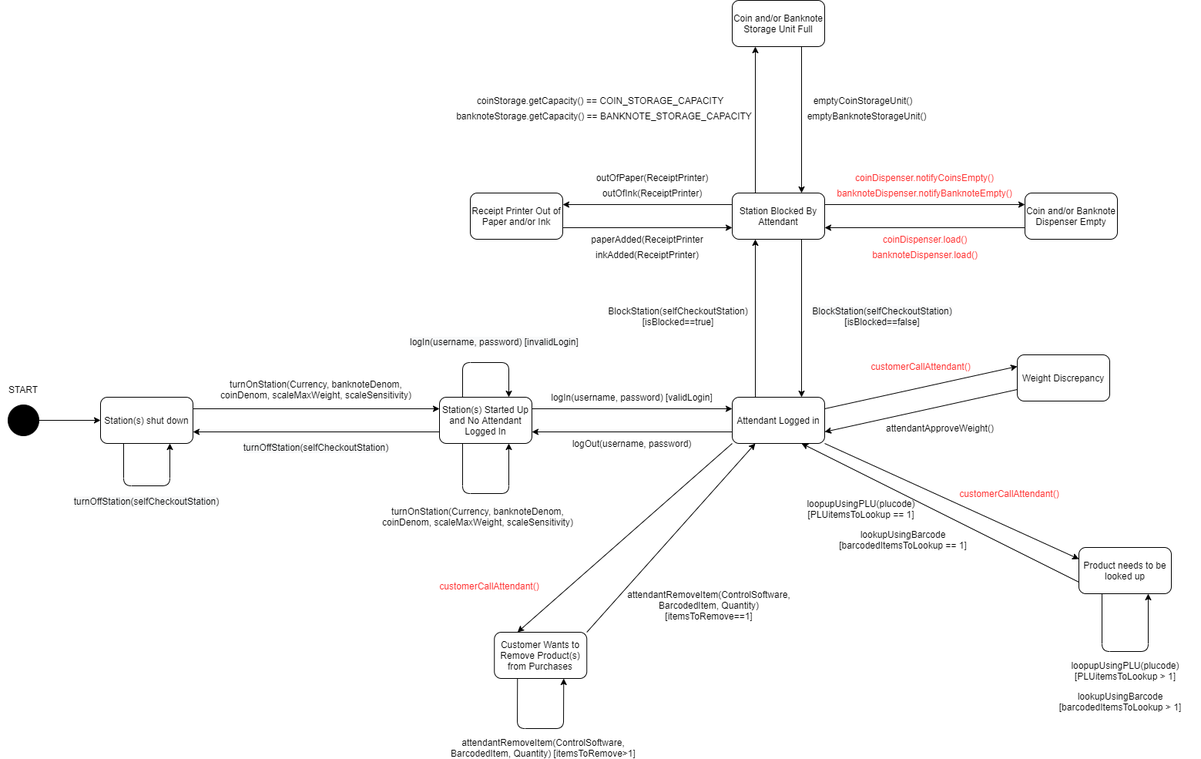
Earlier version of the draw.io export Diagrams/SENG 300 - Iteration 3 - Diagrams-Maintenance State.png (naveedaria/Self-Checkout-System). Source tidied: cells renumbered, new cells last; positions are measured from the earlier drawing's top-left corner, leaving out a move shared by most shapes.
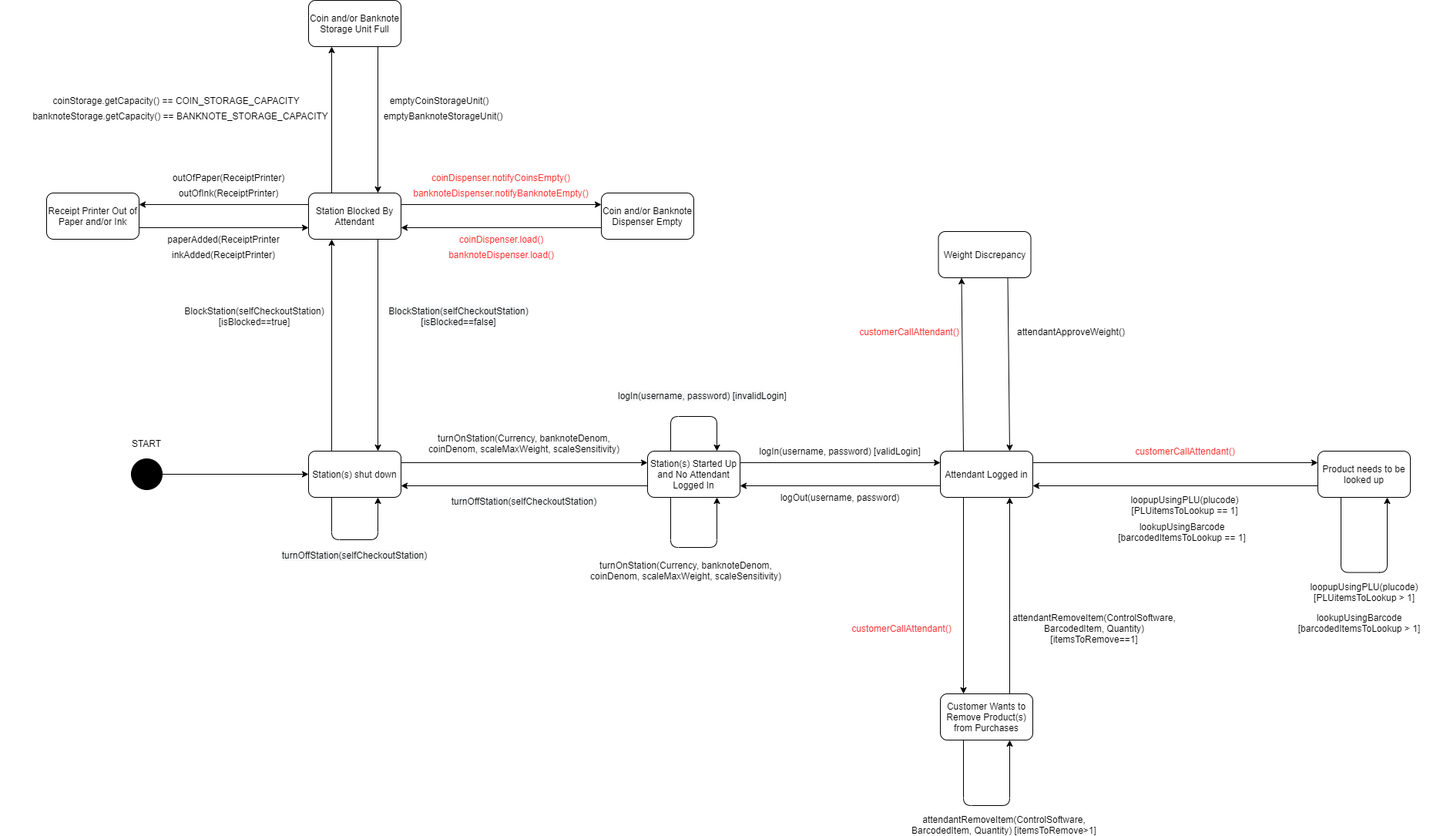
The same file after the commit.

Commit message:
quick modification to state maintenance diagram - still needs fix and review

Change to the diagram source:
```diff
@@ -3,10 +3,10 @@
     <mxCell id="0" />
     <mxCell id="1" parent="0" />
     <mxCell id="2" style="ellipse;whiteSpace=wrap;html=1;fillColor=#000000;" parent="1" vertex="1">
-      <mxGeometry x="10" y="525" width="40" height="40" as="geometry" />
+      <mxGeometry x="-100" y="525" width="40" height="40" as="geometry" />
     </mxCell>
     <mxCell id="3" value="START" style="text;html=1;strokeColor=none;fillColor=none;align=center;verticalAlign=middle;whiteSpace=wrap;rounded=0;" parent="1" vertex="1">
-      <mxGeometry y="495" width="60" height="20" as="geometry" />
+      <mxGeometry x="-110" y="495" width="60" height="20" as="geometry" />
     </mxCell>
     <mxCell id="4" style="endArrow=classic;html=1;exitX=1;exitY=0.5;exitDx=0;exitDy=0;entryX=0;entryY=0.5;entryDx=0;entryDy=0;" parent="1" edge="1" source="2" target="42">
       <mxGeometry relative="1" as="geometry" />
@@ -26,23 +26,23 @@
     <mxCell id="9" style="endArrow=classic;html=1;exitX=0;exitY=0.75;exitDx=0;exitDy=0;entryX=1;entryY=0.75;entryDx=0;entryDy=0;" parent="1" edge="1" source="5" target="25">
       <mxGeometry relative="1" as="geometry" />
     </mxCell>
-    <mxCell id="10" style="endArrow=classic;html=1;entryX=0.25;entryY=1;entryDx=0;entryDy=0;exitX=0.25;exitY=0;exitDx=0;exitDy=0;" parent="1" edge="1" source="5" target="11">
+    <mxCell id="10" style="endArrow=classic;html=1;entryX=0.25;entryY=1;entryDx=0;entryDy=0;exitX=0.25;exitY=0;exitDx=0;exitDy=0;" parent="1" edge="1" source="42" target="11">
       <mxGeometry relative="1" as="geometry" />
     </mxCell>
     <mxCell id="11" value="Station Blocked By Attendant" style="rounded=1;whiteSpace=wrap;html=1;fillColor=#FFFFFF;" parent="1" vertex="1">
-      <mxGeometry x="950" y="250" width="120" height="60" as="geometry" />
+      <mxGeometry x="130" y="180" width="120" height="60" as="geometry" />
     </mxCell>
     <mxCell id="12" value="BlockStation(selfCheckoutStation) [isBlocked==true]" style="text;html=1;strokeColor=none;fillColor=none;align=center;verticalAlign=middle;whiteSpace=wrap;rounded=0;" parent="1" vertex="1">
-      <mxGeometry x="770" y="400" width="220" height="20" as="geometry" />
+      <mxGeometry x="-50" y="330" width="220" height="20" as="geometry" />
     </mxCell>
     <mxCell id="13" value="Receipt Printer Out of Paper and/or Ink" style="rounded=1;whiteSpace=wrap;html=1;fillColor=#FFFFFF;" parent="1" vertex="1">
-      <mxGeometry x="610" y="250" width="120" height="60" as="geometry" />
+      <mxGeometry x="-210" y="180" width="120" height="60" as="geometry" />
     </mxCell>
     <mxCell id="14" value="Coin and/or Banknote Storage Unit Full" style="rounded=1;whiteSpace=wrap;html=1;fillColor=#FFFFFF;" parent="1" vertex="1">
-      <mxGeometry x="950" width="120" height="60" as="geometry" />
+      <mxGeometry x="130" y="-70" width="120" height="60" as="geometry" />
     </mxCell>
     <mxCell id="15" value="Coin and/or Banknote Dispenser Empty" style="rounded=1;whiteSpace=wrap;html=1;fillColor=#FFFFFF;" parent="1" vertex="1">
-      <mxGeometry x="1330" y="250" width="120" height="60" as="geometry" />
+      <mxGeometry x="510" y="180" width="120" height="60" as="geometry" />
     </mxCell>
     <mxCell id="16" style="endArrow=classic;html=1;exitX=0;exitY=0.25;exitDx=0;exitDy=0;entryX=1;entryY=0.25;entryDx=0;entryDy=0;" parent="1" edge="1" source="11" target="13">
       <mxGeometry relative="1" as="geometry" />
@@ -51,25 +51,25 @@
       <mxGeometry relative="1" as="geometry" />
     </mxCell>
     <mxCell id="18" value="outOfInk(ReceiptPrinter)" style="text;html=1;strokeColor=none;fillColor=none;align=center;verticalAlign=middle;whiteSpace=wrap;rounded=0;" parent="1" vertex="1">
-      <mxGeometry x="773.8" y="240" width="145" height="20" as="geometry" />
+      <mxGeometry x="-46.2" y="170" width="145" height="20" as="geometry" />
     </mxCell>
     <mxCell id="19" value="outOfPaper(ReceiptPrinter)" style="text;html=1;strokeColor=none;fillColor=none;align=center;verticalAlign=middle;whiteSpace=wrap;rounded=0;" parent="1" vertex="1">
-      <mxGeometry x="765" y="220" width="162.5" height="20" as="geometry" />
+      <mxGeometry x="-55" y="150" width="162.5" height="20" as="geometry" />
     </mxCell>
     <mxCell id="20" value="&lt;span style=&quot;color: rgb(0 , 0 , 0) ; font-family: &amp;#34;helvetica&amp;#34; ; font-size: 12px ; font-style: normal ; font-weight: 400 ; letter-spacing: normal ; text-align: center ; text-indent: 0px ; text-transform: none ; word-spacing: 0px ; background-color: rgb(248 , 249 , 250) ; display: inline ; float: none&quot;&gt;logIn(username, password) [invalidLogin]&lt;/span&gt;" style="text;whiteSpace=wrap;html=1;" parent="1" vertex="1">
       <mxGeometry x="530" y="430" width="230" height="30" as="geometry" />
     </mxCell>
     <mxCell id="21" value="paperAdded(ReceiptPrinter" style="text;html=1;strokeColor=none;fillColor=none;align=center;verticalAlign=middle;whiteSpace=wrap;rounded=0;" parent="1" vertex="1">
-      <mxGeometry x="760" y="300" width="160" height="20" as="geometry" />
+      <mxGeometry x="-60" y="230" width="160" height="20" as="geometry" />
     </mxCell>
     <mxCell id="22" value="inkAdded(ReceiptPrinter)" style="text;html=1;strokeColor=none;fillColor=none;align=center;verticalAlign=middle;whiteSpace=wrap;rounded=0;" parent="1" vertex="1">
-      <mxGeometry x="765" y="320" width="150" height="20" as="geometry" />
+      <mxGeometry x="-55" y="250" width="150" height="20" as="geometry" />
     </mxCell>
-    <mxCell id="23" style="endArrow=classic;html=1;exitX=0.75;exitY=1;exitDx=0;exitDy=0;entryX=0.75;entryY=0;entryDx=0;entryDy=0;" parent="1" edge="1" source="11" target="5">
+    <mxCell id="23" style="endArrow=classic;html=1;exitX=0.75;exitY=1;exitDx=0;exitDy=0;entryX=0.75;entryY=0;entryDx=0;entryDy=0;" parent="1" edge="1" source="11" target="42">
       <mxGeometry relative="1" as="geometry" />
     </mxCell>
     <mxCell id="24" value="&lt;span style=&quot;color: rgb(0, 0, 0); font-family: helvetica; font-size: 12px; font-style: normal; font-weight: 400; letter-spacing: normal; text-indent: 0px; text-transform: none; word-spacing: 0px; background-color: rgb(248, 249, 250); display: inline; float: none;&quot;&gt;BlockStation(selfCheckoutStation) [isBlocked==false]&lt;/span&gt;" style="text;whiteSpace=wrap;html=1;align=center;" parent="1" vertex="1">
-      <mxGeometry x="1040" y="390" width="210" height="30" as="geometry" />
+      <mxGeometry x="220" y="320" width="210" height="30" as="geometry" />
     </mxCell>
     <mxCell id="25" value="Station(s) Started Up&lt;br&gt;and No Attendant Logged In" style="rounded=1;whiteSpace=wrap;html=1;fillColor=#FFFFFF;align=center;" parent="1" vertex="1">
       <mxGeometry x="570" y="515" width="120" height="60" as="geometry" />
@@ -93,19 +93,19 @@
       <mxGeometry relative="1" as="geometry" />
     </mxCell>
     <mxCell id="32" value="coinStorage.getCapacity() == COIN_STORAGE_CAPACITY" style="text;html=1;strokeColor=none;fillColor=none;align=center;verticalAlign=middle;whiteSpace=wrap;rounded=0;" parent="1" vertex="1">
-      <mxGeometry x="600" y="120" width="357.5" height="20" as="geometry" />
+      <mxGeometry x="-220" y="50" width="357.5" height="20" as="geometry" />
     </mxCell>
     <mxCell id="33" value="banknoteStorage.getCapacity() == BANKNOTE_STORAGE_CAPACITY" style="text;html=1;strokeColor=none;fillColor=none;align=center;verticalAlign=middle;whiteSpace=wrap;rounded=0;" parent="1" vertex="1">
-      <mxGeometry x="550" y="140" width="467.5" height="20" as="geometry" />
+      <mxGeometry x="-270" y="70" width="467.5" height="20" as="geometry" />
     </mxCell>
     <mxCell id="34" value="emptyCoinStorageUnit()" style="text;html=1;strokeColor=none;fillColor=none;align=center;verticalAlign=middle;whiteSpace=wrap;rounded=0;" parent="1" vertex="1">
-      <mxGeometry x="1050" y="120" width="140" height="20" as="geometry" />
+      <mxGeometry x="230" y="50" width="140" height="20" as="geometry" />
     </mxCell>
     <mxCell id="35" value="emptyBanknoteStorageUnit()" style="text;html=1;strokeColor=none;fillColor=none;align=center;verticalAlign=middle;whiteSpace=wrap;rounded=0;" parent="1" vertex="1">
-      <mxGeometry x="1030" y="140" width="190" height="20" as="geometry" />
+      <mxGeometry x="210" y="70" width="190" height="20" as="geometry" />
     </mxCell>
     <mxCell id="36" value="banknoteDispenser.notifyBanknoteEmpty()" style="text;html=1;strokeColor=none;fillColor=none;align=center;verticalAlign=middle;whiteSpace=wrap;rounded=0;fontColor=#FF3333;" parent="1" vertex="1">
-      <mxGeometry x="1070" y="240" width="260" height="20" as="geometry" />
+      <mxGeometry x="250" y="170" width="260" height="20" as="geometry" />
     </mxCell>
     <mxCell id="37" style="endArrow=classic;html=1;entryX=0;entryY=0.25;entryDx=0;entryDy=0;exitX=1;exitY=0.25;exitDx=0;exitDy=0;" parent="1" edge="1" source="11" target="15">
       <mxGeometry relative="1" as="geometry" />
@@ -114,13 +114,13 @@
       <mxGeometry relative="1" as="geometry" />
     </mxCell>
     <mxCell id="39" value="coinDispenser.notifyCoinsEmpty()" style="text;html=1;strokeColor=none;fillColor=none;align=center;verticalAlign=middle;whiteSpace=wrap;rounded=0;fontColor=#FF3333;" parent="1" vertex="1">
-      <mxGeometry x="1110" y="220" width="180" height="20" as="geometry" />
+      <mxGeometry x="290" y="150" width="180" height="20" as="geometry" />
     </mxCell>
     <mxCell id="40" value="coinDispenser.load()" style="text;html=1;align=center;verticalAlign=middle;strokeColor=none;fontColor=#FF3333;" parent="1" vertex="1">
-      <mxGeometry x="1140" y="300" width="120" height="20" as="geometry" />
+      <mxGeometry x="320" y="230" width="120" height="20" as="geometry" />
     </mxCell>
     <mxCell id="41" value="banknoteDispenser.load()" style="text;html=1;align=center;verticalAlign=middle;strokeColor=none;fontColor=#FF3333;" parent="1" vertex="1">
-      <mxGeometry x="1125" y="320" width="150" height="20" as="geometry" />
+      <mxGeometry x="305" y="250" width="150" height="20" as="geometry" />
     </mxCell>
     <mxCell id="42" value="&lt;font color=&quot;#000000&quot;&gt;Station(s) shut down&lt;/font&gt;" style="rounded=1;whiteSpace=wrap;html=1;fontColor=#FF3333;fillColor=#FFFFFF;align=center;" parent="1" vertex="1">
       <mxGeometry x="130" y="515" width="120" height="60" as="geometry" />
@@ -156,77 +156,77 @@
       </mxGeometry>
     </mxCell>
     <mxCell id="48" value="&lt;font color=&quot;#000000&quot;&gt;Weight Discrepancy&lt;/font&gt;" style="rounded=1;whiteSpace=wrap;html=1;fontColor=#FF3333;fillColor=#FFFFFF;align=center;" parent="1" vertex="1">
-      <mxGeometry x="1320" y="460" width="120" height="60" as="geometry" />
+      <mxGeometry x="947.5" y="230" width="120" height="60" as="geometry" />
     </mxCell>
-    <mxCell id="49" style="endArrow=classic;html=1;fontColor=#FF3333;exitX=1;exitY=0.25;exitDx=0;exitDy=0;entryX=0;entryY=0.25;entryDx=0;entryDy=0;" parent="1" edge="1" source="5" target="48">
+    <mxCell id="49" style="endArrow=classic;html=1;fontColor=#FF3333;exitX=0.25;exitY=0;exitDx=0;exitDy=0;entryX=0.25;entryY=1;entryDx=0;entryDy=0;" parent="1" edge="1" source="5" target="48">
       <mxGeometry relative="1" as="geometry" />
     </mxCell>
     <mxCell id="50" value="customerCallAttendant()" style="text;html=1;strokeColor=none;fillColor=none;align=center;verticalAlign=middle;whiteSpace=wrap;rounded=0;fontColor=#FF3333;" parent="1" vertex="1">
-      <mxGeometry x="1125" y="465" width="140" height="20" as="geometry" />
+      <mxGeometry x="840" y="350" width="140" height="20" as="geometry" />
     </mxCell>
-    <mxCell id="51" style="endArrow=classic;html=1;fontColor=#000000;exitX=0;exitY=0.75;exitDx=0;exitDy=0;entryX=1;entryY=0.75;entryDx=0;entryDy=0;" parent="1" edge="1" source="48" target="5">
+    <mxCell id="51" style="endArrow=classic;html=1;fontColor=#000000;exitX=0.75;exitY=1;exitDx=0;exitDy=0;entryX=0.75;entryY=0;entryDx=0;entryDy=0;" parent="1" edge="1" source="48" target="5">
       <mxGeometry relative="1" as="geometry" />
     </mxCell>
     <mxCell id="52" value="attendantApproveWeight()" style="text;html=1;strokeColor=none;fillColor=none;align=center;verticalAlign=middle;whiteSpace=wrap;rounded=0;" parent="1" vertex="1">
-      <mxGeometry x="1140" y="545" width="160" height="20" as="geometry" />
+      <mxGeometry x="1040" y="350" width="160" height="20" as="geometry" />
     </mxCell>
     <mxCell id="53" value="Customer Wants to Remove Product(s) from Purchases" style="rounded=1;whiteSpace=wrap;html=1;fontColor=#000000;fillColor=#FFFFFF;align=center;" parent="1" vertex="1">
-      <mxGeometry x="641.2" y="820" width="120" height="60" as="geometry" />
+      <mxGeometry x="950" y="830" width="120" height="60" as="geometry" />
     </mxCell>
-    <mxCell id="54" style="endArrow=classic;html=1;fontColor=#000000;exitX=0;exitY=1;exitDx=0;exitDy=0;entryX=0.25;entryY=0;entryDx=0;entryDy=0;" parent="1" edge="1" source="5" target="53">
+    <mxCell id="54" style="endArrow=classic;html=1;fontColor=#000000;exitX=0.25;exitY=1;exitDx=0;exitDy=0;entryX=0.25;entryY=0;entryDx=0;entryDy=0;" parent="1" edge="1" source="5" target="53">
       <mxGeometry relative="1" as="geometry" />
     </mxCell>
-    <mxCell id="55" style="endArrow=classic;html=1;fontColor=#000000;exitX=1;exitY=0;exitDx=0;exitDy=0;entryX=0.25;entryY=1;entryDx=0;entryDy=0;" parent="1" edge="1" source="53" target="5">
+    <mxCell id="55" style="endArrow=classic;html=1;fontColor=#000000;exitX=0.75;exitY=0;exitDx=0;exitDy=0;entryX=0.75;entryY=1;entryDx=0;entryDy=0;" parent="1" edge="1" source="53" target="5">
       <mxGeometry relative="1" as="geometry" />
     </mxCell>
     <mxCell id="56" value="customerCallAttendant()" style="text;html=1;strokeColor=none;fillColor=none;align=center;verticalAlign=middle;whiteSpace=wrap;rounded=0;fontColor=#FF3333;" parent="1" vertex="1">
-      <mxGeometry x="565" y="750" width="140" height="20" as="geometry" />
+      <mxGeometry x="830" y="735" width="140" height="20" as="geometry" />
     </mxCell>
     <mxCell id="57" value="attendantRemoveItem(ControlSoftware, BarcodedItem, Quantity) [itemsToRemove==1]" style="text;html=1;strokeColor=none;fillColor=none;align=center;verticalAlign=middle;whiteSpace=wrap;rounded=0;fontColor=#000000;" parent="1" vertex="1">
-      <mxGeometry x="800" y="760" width="240" height="50" as="geometry" />
+      <mxGeometry x="1030" y="720" width="240" height="50" as="geometry" />
     </mxCell>
     <mxCell id="58" value="attendantRemoveItem(ControlSoftware, BarcodedItem, Quantity) [itemsToRemove&amp;gt;1]" style="text;html=1;strokeColor=none;fillColor=none;align=center;verticalAlign=middle;whiteSpace=wrap;rounded=0;fontColor=#000000;" parent="1" vertex="1">
-      <mxGeometry x="560" y="960" width="290" height="20" as="geometry" />
+      <mxGeometry x="887.5" y="990" width="290" height="20" as="geometry" />
     </mxCell>
     <mxCell id="59" style="endArrow=classic;html=1;entryX=0.75;entryY=1;entryDx=0;entryDy=0;exitX=0.25;exitY=1;exitDx=0;exitDy=0;" parent="1" edge="1" source="53" target="53">
       <mxGeometry relative="1" as="geometry">
         <Array as="points">
-          <mxPoint x="671" y="945" />
-          <mxPoint x="731" y="945" />
+          <mxPoint x="980" y="975" />
+          <mxPoint x="1040" y="975" />
         </Array>
       </mxGeometry>
     </mxCell>
-    <mxCell id="60" style="endArrow=classic;html=1;fontColor=#000000;exitX=1;exitY=1;exitDx=0;exitDy=0;entryX=0;entryY=0.25;entryDx=0;entryDy=0;" parent="1" edge="1" source="5" target="62">
+    <mxCell id="60" style="endArrow=classic;html=1;fontColor=#000000;exitX=1;exitY=0.25;exitDx=0;exitDy=0;entryX=0;entryY=0.25;entryDx=0;entryDy=0;" parent="1" edge="1" source="5" target="62">
       <mxGeometry relative="1" as="geometry" />
     </mxCell>
-    <mxCell id="61" style="endArrow=classic;html=1;fontColor=#000000;entryX=0.75;entryY=1;entryDx=0;entryDy=0;exitX=0;exitY=0.75;exitDx=0;exitDy=0;" parent="1" edge="1" source="62" target="5">
+    <mxCell id="61" style="endArrow=classic;html=1;fontColor=#000000;entryX=1;entryY=0.75;entryDx=0;entryDy=0;exitX=0;exitY=0.75;exitDx=0;exitDy=0;" parent="1" edge="1" source="62" target="5">
       <mxGeometry relative="1" as="geometry" />
     </mxCell>
     <mxCell id="62" value="Product needs to be looked up" style="rounded=1;whiteSpace=wrap;html=1;fontColor=#000000;fillColor=#FFFFFF;align=center;" parent="1" vertex="1">
-      <mxGeometry x="1400" y="710" width="120" height="60" as="geometry" />
+      <mxGeometry x="1440" y="515" width="120" height="60" as="geometry" />
     </mxCell>
     <mxCell id="63" value="customerCallAttendant()" style="text;html=1;strokeColor=none;fillColor=none;align=center;verticalAlign=middle;whiteSpace=wrap;rounded=0;fontColor=#FF3333;" parent="1" vertex="1">
-      <mxGeometry x="1240" y="630" width="140" height="20" as="geometry" />
+      <mxGeometry x="1197.5" y="505" width="140" height="20" as="geometry" />
     </mxCell>
     <mxCell id="64" value="loopupUsingPLU(plucode) [PLUitemsToLookup == 1]" style="text;html=1;strokeColor=none;fillColor=none;align=center;verticalAlign=middle;whiteSpace=wrap;rounded=0;fontColor=#000000;" parent="1" vertex="1">
-      <mxGeometry x="1040" y="650" width="155" height="20" as="geometry" />
+      <mxGeometry x="1190" y="575" width="155" height="20" as="geometry" />
     </mxCell>
     <mxCell id="65" value="lookupUsingBarcode [barcodedItemsToLookup == 1]" style="text;html=1;strokeColor=none;fillColor=none;align=center;verticalAlign=middle;whiteSpace=wrap;rounded=0;fontColor=#000000;" parent="1" vertex="1">
-      <mxGeometry x="1067.5" y="690" width="207.5" height="20" as="geometry" />
+      <mxGeometry x="1160" y="610" width="207.5" height="20" as="geometry" />
     </mxCell>
     <mxCell id="66" value="loopupUsingPLU(plucode) [PLUitemsToLookup &amp;gt; 1]" style="text;html=1;strokeColor=none;fillColor=none;align=center;verticalAlign=middle;whiteSpace=wrap;rounded=0;fontColor=#000000;" parent="1" vertex="1">
-      <mxGeometry x="1382.5" y="860" width="155" height="20" as="geometry" />
+      <mxGeometry x="1422.5" y="687.5" width="155" height="20" as="geometry" />
     </mxCell>
     <mxCell id="67" style="endArrow=classic;html=1;entryX=0.75;entryY=1;entryDx=0;entryDy=0;exitX=0.25;exitY=1;exitDx=0;exitDy=0;" parent="1" edge="1" source="62" target="62">
       <mxGeometry relative="1" as="geometry">
         <Array as="points">
-          <mxPoint x="1430" y="845" />
-          <mxPoint x="1490" y="845" />
+          <mxPoint x="1470" y="672.5" />
+          <mxPoint x="1530" y="672.5" />
         </Array>
       </mxGeometry>
     </mxCell>
     <mxCell id="68" value="lookupUsingBarcode [barcodedItemsToLookup &amp;gt; 1]" style="text;html=1;strokeColor=none;fillColor=none;align=center;verticalAlign=middle;whiteSpace=wrap;rounded=0;fontColor=#000000;" parent="1" vertex="1">
-      <mxGeometry x="1350" y="900" width="207.5" height="20" as="geometry" />
+      <mxGeometry x="1390" y="727.5" width="207.5" height="20" as="geometry" />
     </mxCell>
   </root>
 </mxGraphModel>
```
